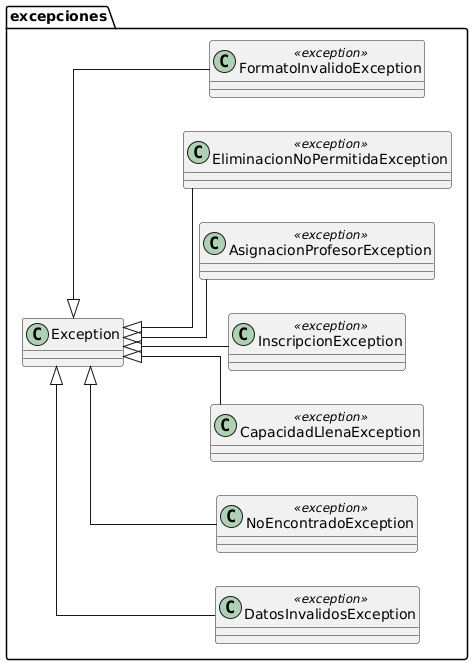
This is practicas/Proyecto-Final/doc/DExcepciones.png from ferbadass1/ICC-Lab, a PlantUML export, as it was before one commit. Source of this version:
```plantuml
@startuml
skinparam linetype ortho
skinparam layout new
skinparam classAttributeIconSize 0
left to right direction



package "excepciones" {


  class DatosInvalidosException <<exception>> {
  }

  class NoEncontradoException <<exception>> {
  }

  class CapacidadLlenaException <<exception>> {
  }

  class InscripcionException <<exception>> {
  }

  class AsignacionProfesorException <<exception>> {
  }

  class EliminacionNoPermitidaException <<exception>> {
  }

  class FormatoInvalidoException <<exception>> {
  }

  Exception <|-- DatosInvalidosException
  Exception <|-- NoEncontradoException
  Exception <|-- CapacidadLlenaException
  Exception <|-- InscripcionException
  Exception <|-- AsignacionProfesorException
  Exception <|-- EliminacionNoPermitidaException
  Exception <|-- FormatoInvalidoException

}
@enduml
```
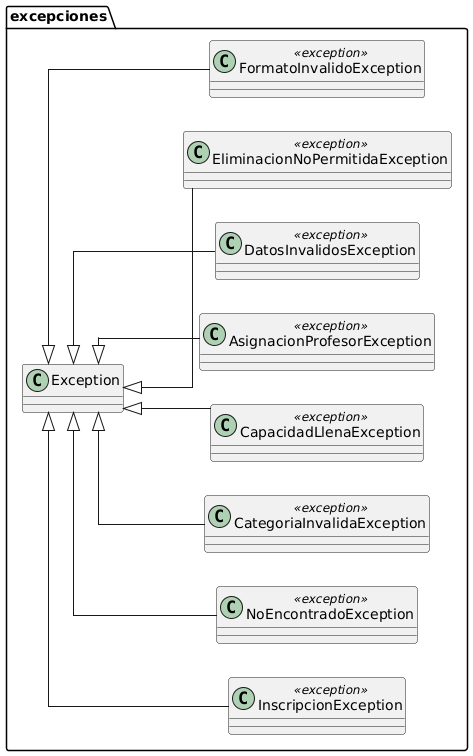
Above is the later version.

The edit, as a diff of the source:
```diff
@@ -5,23 +5,24 @@
 left to right direction
 
 
-
 package "excepciones" {
 
-
-  class DatosInvalidosException <<exception>> {
+  class InscripcionException <<exception>> {
   }
 
   class NoEncontradoException <<exception>> {
   }
 
+  class CategoriaInvalidaException <<exception>> {
+  }
+
   class CapacidadLlenaException <<exception>> {
   }
 
-  class InscripcionException <<exception>> {
+  class AsignacionProfesorException <<exception>> {
   }
 
-  class AsignacionProfesorException <<exception>> {
+  class DatosInvalidosException <<exception>> {
   }
 
   class EliminacionNoPermitidaException <<exception>> {
@@ -31,6 +32,7 @@
   }
 
   Exception <|-- DatosInvalidosException
+  Exception <|-- CategoriaInvalidaException
   Exception <|-- NoEncontradoException
   Exception <|-- CapacidadLlenaException
   Exception <|-- InscripcionException
```
